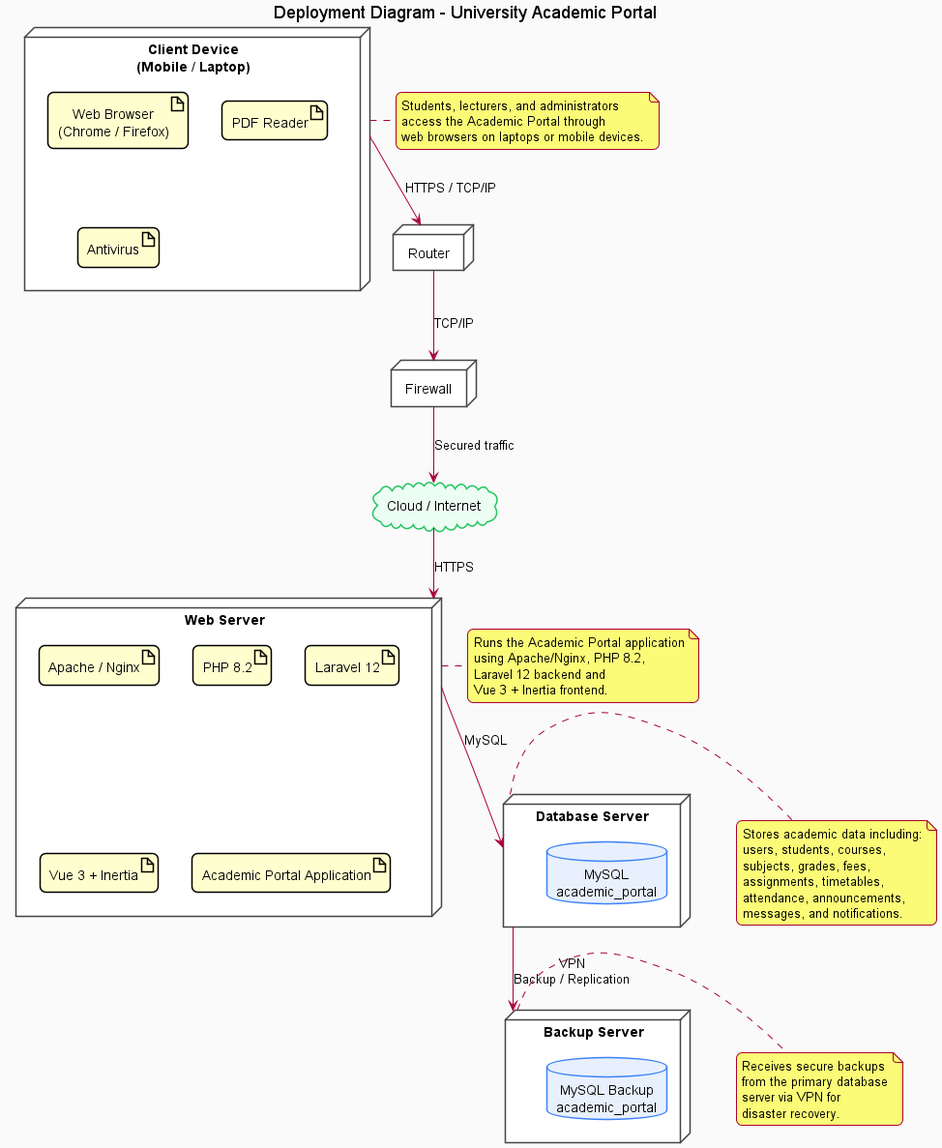
Above: out/deployment/AcademicPortal_Deployment/AcademicPortal_Deployment.png in KyawMyoHtay1/academic-portal (PlantUML), before the change. The source it was exported from:
```plantuml
@startuml
title Deployment Diagram - University Academic Portal
top to bottom direction

skinparam shadowing false
skinparam roundcorner 12
skinparam defaultTextAlignment center
skinparam componentStyle rectangle
skinparam backgroundColor #FAFAFA

skinparam node {
  BackgroundColor white
  BorderColor #444444
}

skinparam database {
  BackgroundColor #E8F0FE
  BorderColor #3B82F6
}

skinparam cloud {
  BackgroundColor #ECFDF3
  BorderColor #22C55E
}

node "Client Device\n(Mobile / Laptop)" as Client {
  artifact "Web Browser\n(Chrome / Firefox)"
  artifact "PDF Reader"
  artifact "Antivirus"
}

node "Router" as Router
node "Firewall" as Firewall
cloud "Cloud / Internet" as Internet

node "Web Server" as WebServer {
  artifact "Apache / Nginx"
  artifact "PHP 8.2"
  artifact "Laravel 12"
  artifact "Vue 3 + Inertia"
  artifact "Academic Portal Application"
}

together {
  node "Database Server" as DBServer {
    database "MySQL\nacademic_portal"
  }

  node "Backup Server" as BackupServer {
    database "MySQL Backup\nacademic_portal"
  }
}

Client --> Router : HTTPS / TCP/IP
Router --> Firewall : TCP/IP
Firewall --> Internet : Secured traffic
Internet --> WebServer : HTTPS

WebServer --> DBServer : MySQL
DBServer --> BackupServer : VPN\nBackup / Replication

note right of Client
Students, lecturers, and administrators
access the Academic Portal through
web browsers on laptops or mobile devices.
end note

note right of WebServer
Runs the Academic Portal application
using Apache/Nginx, PHP 8.2,
Laravel 12 backend and
Vue 3 + Inertia frontend.
end note

note right of DBServer
Stores academic data including:
users, students, courses,
subjects, grades, fees,
assignments, timetables,
attendance, announcements,
messages, and notifications.
end note

note right of BackupServer
Receives secure backups
from the primary database
server via VPN for
disaster recovery.
end note
@enduml
```
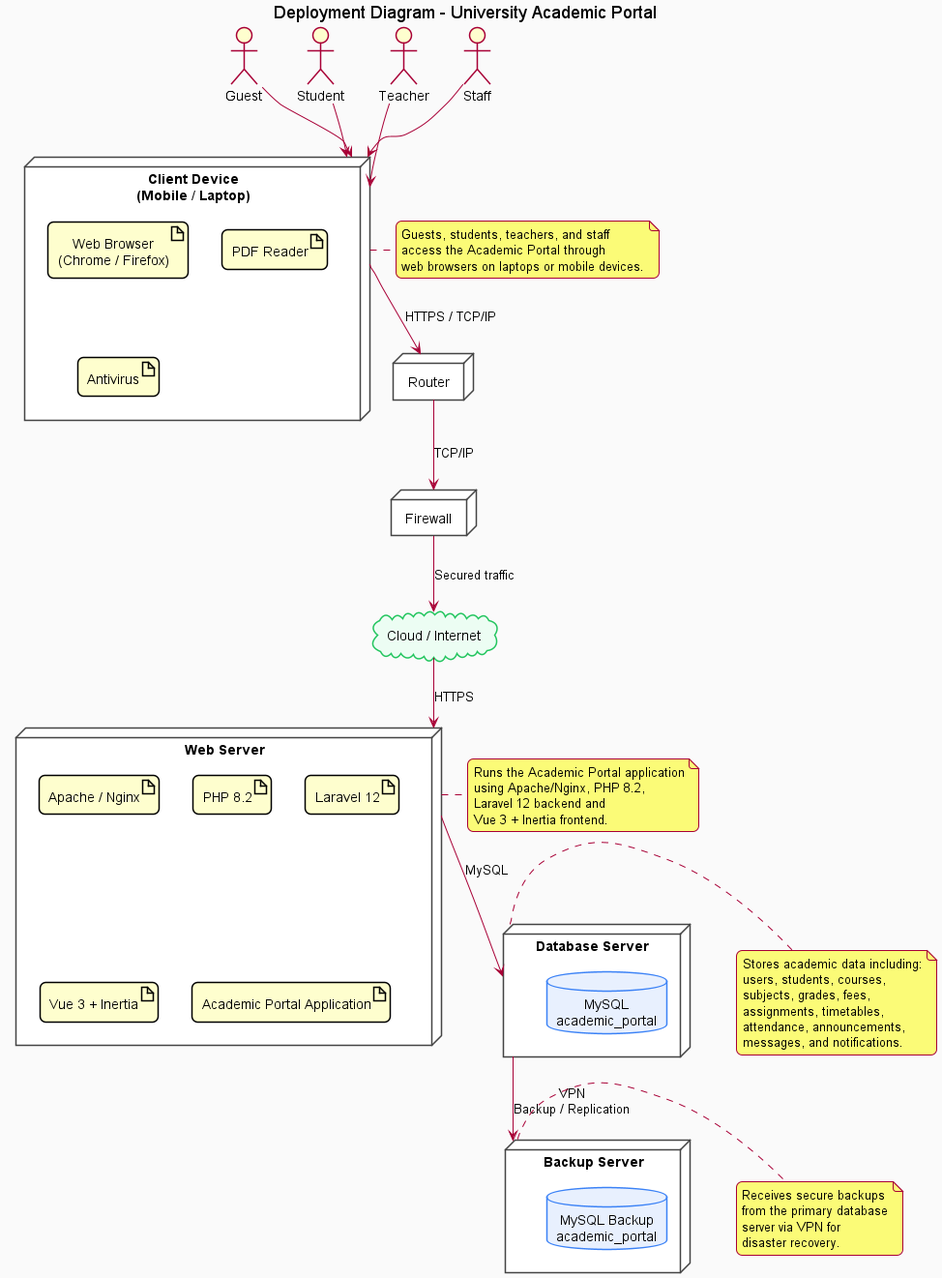
Later version of the same file.

Commit message:
Enhance deployment diagram for University Academic Portal: Add actors (Guest, Student, Teacher, Staff) to the diagram, update access note for clarity, and regenerate the PNG to reflect these changes.

Change to the diagram source:
```diff
@@ -22,6 +22,11 @@
   BackgroundColor #ECFDF3
   BorderColor #22C55E
 }
+
+actor Guest
+actor Student
+actor Teacher
+actor Staff
 
 node "Client Device\n(Mobile / Laptop)" as Client {
   artifact "Web Browser\n(Chrome / Firefox)"
@@ -51,6 +56,11 @@
   }
 }
 
+Guest --> Client
+Student --> Client
+Teacher --> Client
+Staff --> Client
+
 Client --> Router : HTTPS / TCP/IP
 Router --> Firewall : TCP/IP
 Firewall --> Internet : Secured traffic
@@ -60,7 +70,7 @@
 DBServer --> BackupServer : VPN\nBackup / Replication
 
 note right of Client
-Students, lecturers, and administrators
+Guests, students, teachers, and staff
 access the Academic Portal through
 web browsers on laptops or mobile devices.
 end note
@@ -87,4 +97,5 @@
 server via VPN for
 disaster recovery.
 end note
+
 @enduml
```
